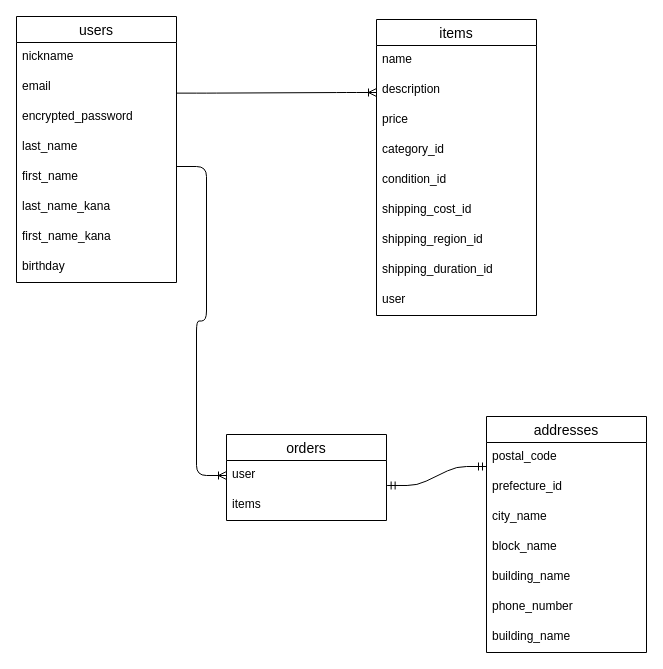
hikijikaito/furima-40494 keeps this draw.io diagram as furima.dio. Above is the earlier version. Source tidied: cells renumbered, new cells numbered last; positions are measured from the earlier drawing's top-left corner, leaving out a move shared by most shapes. Both pictures are drawn from the tidied source at 100%, with x=0, y=0 at pixel (16, 16).
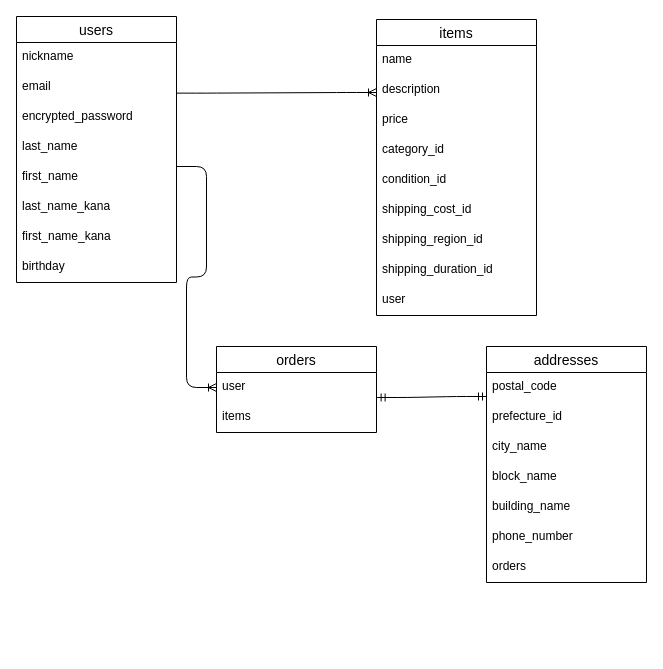
Above is the later version.

What changed in the source:
```diff
@@
     <mxCell id="22" value="orders" style="swimlane;fontStyle=0;horizontal=1;startSize=26;align=center;fontSize=14;" parent="1" vertex="1">
-      <mxGeometry x="210" y="418" width="160" height="86" as="geometry" />
+      <mxGeometry x="200" y="330" width="160" height="86" as="geometry" />
     </mxCell>
@@
     <mxCell id="25" value="addresses" style="swimlane;fontStyle=0;horizontal=1;startSize=26;align=center;fontSize=14;" parent="1" vertex="1">
-      <mxGeometry x="470" y="400" width="160" height="236" as="geometry" />
+      <mxGeometry x="470" y="330" width="160" height="236" as="geometry" />
     </mxCell>
@@
-    <mxCell id="32" value="building_name" style="text;strokeColor=none;fillColor=none;spacingLeft=4;spacingRight=4;overflow=hidden;fontSize=12;" parent="25" vertex="1">
+    <mxCell id="32" value="orders" style="text;strokeColor=none;fillColor=none;spacingLeft=4;spacingRight=4;overflow=hidden;fontSize=12;" parent="25" vertex="1">
       <mxGeometry y="206" width="160" height="30" as="geometry" />
     </mxCell>
```
